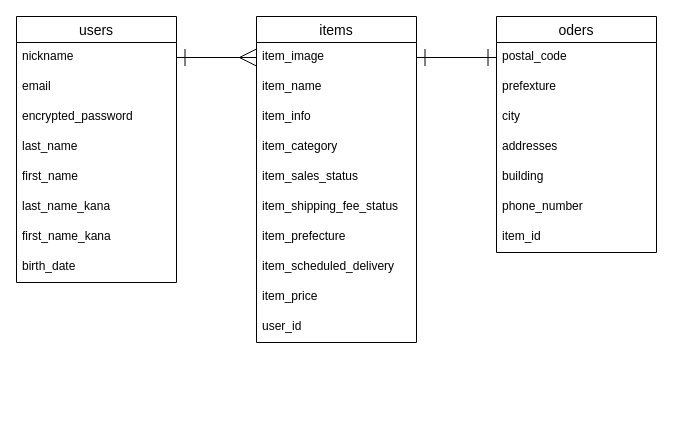
Above: test.dio in Timsothy/furima-39263 (draw.io), before the change. Source tidied: cells renumbered, new cells numbered last; positions are measured from the earlier drawing's top-left corner, leaving out a move shared by most shapes. Both pictures are drawn from the tidied source at 100%, with x=0, y=0 at pixel (16, 16).
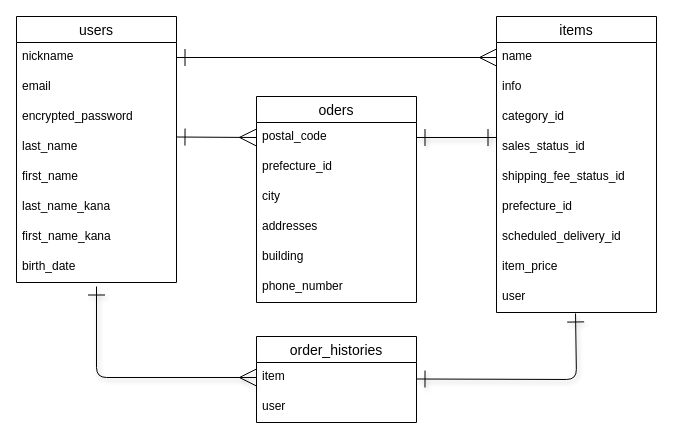
After the change.

Commit message (it also covers changes not shown here):
データベース設計

Unchanged cells that the change refers to:
```xml
<mxCell id="3" value="nickname&#10;" style="text;strokeColor=none;fillColor=none;spacingLeft=4;spacingRight=4;overflow=hidden;points=[[0,0.5],[1,0.5]];portConstraint=eastwest;fontSize=12;" parent="2" vertex="1">
  <mxGeometry y="26" width="160" height="30" as="geometry" />
</mxCell>
<mxCell id="24" value="postal_code" style="text;strokeColor=none;fillColor=none;spacingLeft=4;spacingRight=4;overflow=hidden;points=[[0,0.5],[1,0.5]];portConstraint=eastwest;fontSize=12;" parent="23" vertex="1">
  <mxGeometry y="26" width="160" height="30" as="geometry" />
</mxCell>
```

What changed in the source:
```diff
@@
     <mxCell id="11" value="items" style="swimlane;fontStyle=0;horizontal=1;startSize=26;align=center;fontSize=14;" parent="1" vertex="1">
-      <mxGeometry x="240" width="160" height="326" as="geometry" />
+      <mxGeometry x="480" width="160" height="296" as="geometry" />
     </mxCell>
-    <mxCell id="12" value="item_image" style="text;strokeColor=none;fillColor=none;spacingLeft=4;spacingRight=4;overflow=hidden;points=[[0,0.5],[1,0.5]];portConstraint=eastwest;fontSize=12;" parent="11" vertex="1">
-      <mxGeometry y="26" width="160" height="30" as="geometry" />
-    </mxCell>
-    <mxCell id="13" value="item_name" style="text;strokeColor=none;fillColor=none;spacingLeft=4;spacingRight=4;overflow=hidden;points=[[0,0.5],[1,0.5]];portConstraint=eastwest;fontSize=12;" parent="11" vertex="1">
-      <mxGeometry y="56" width="160" height="30" as="geometry" />
+    <mxCell id="13" value="name" style="text;strokeColor=none;fillColor=none;spacingLeft=4;spacingRight=4;overflow=hidden;points=[[0,0.5],[1,0.5]];portConstraint=eastwest;fontSize=12;" parent="11" vertex="1">
+      <mxGeometry y="26" width="160" height="30" as="geometry" />
     </mxCell>
-    <mxCell id="14" value="item_info" style="text;strokeColor=none;fillColor=none;spacingLeft=4;spacingRight=4;overflow=hidden;fontSize=12;" parent="11" vertex="1">
-      <mxGeometry y="86" width="160" height="30" as="geometry" />
+    <mxCell id="14" value="info" style="text;strokeColor=none;fillColor=none;spacingLeft=4;spacingRight=4;overflow=hidden;fontSize=12;" parent="11" vertex="1">
+      <mxGeometry y="56" width="160" height="30" as="geometry" />
     </mxCell>
-    <mxCell id="15" value="item_category" style="text;strokeColor=none;fillColor=none;spacingLeft=4;spacingRight=4;overflow=hidden;fontSize=12;" parent="11" vertex="1">
-      <mxGeometry y="116" width="160" height="30" as="geometry" />
+    <mxCell id="15" value="category_id" style="text;strokeColor=none;fillColor=none;spacingLeft=4;spacingRight=4;overflow=hidden;fontSize=12;" parent="11" vertex="1">
+      <mxGeometry y="86" width="160" height="30" as="geometry" />
     </mxCell>
-    <mxCell id="16" value="item_sales_status" style="text;strokeColor=none;fillColor=none;spacingLeft=4;spacingRight=4;overflow=hidden;points=[[0,0.5],[1,0.5]];portConstraint=eastwest;fontSize=12;" parent="11" vertex="1">
-      <mxGeometry y="146" width="160" height="30" as="geometry" />
+    <mxCell id="16" value="sales_status_id" style="text;strokeColor=none;fillColor=none;spacingLeft=4;spacingRight=4;overflow=hidden;points=[[0,0.5],[1,0.5]];portConstraint=eastwest;fontSize=12;" parent="11" vertex="1">
+      <mxGeometry y="116" width="160" height="30" as="geometry" />
     </mxCell>
-    <mxCell id="17" value="item_shipping_fee_status" style="text;strokeColor=none;fillColor=none;spacingLeft=4;spacingRight=4;overflow=hidden;fontSize=12;" parent="11" vertex="1">
-      <mxGeometry y="176" width="160" height="30" as="geometry" />
+    <mxCell id="17" value="shipping_fee_status_id" style="text;strokeColor=none;fillColor=none;spacingLeft=4;spacingRight=4;overflow=hidden;fontSize=12;" parent="11" vertex="1">
+      <mxGeometry y="146" width="160" height="30" as="geometry" />
     </mxCell>
-    <mxCell id="18" value="item_prefecture" style="text;strokeColor=none;fillColor=none;spacingLeft=4;spacingRight=4;overflow=hidden;fontSize=12;" parent="11" vertex="1">
-      <mxGeometry y="206" width="160" height="30" as="geometry" />
+    <mxCell id="18" value="prefecture_id" style="text;strokeColor=none;fillColor=none;spacingLeft=4;spacingRight=4;overflow=hidden;fontSize=12;" parent="11" vertex="1">
+      <mxGeometry y="176" width="160" height="30" as="geometry" />
     </mxCell>
-    <mxCell id="19" value="item_scheduled_delivery" style="text;strokeColor=none;fillColor=none;spacingLeft=4;spacingRight=4;overflow=hidden;fontSize=12;" parent="11" vertex="1">
-      <mxGeometry y="236" width="160" height="30" as="geometry" />
+    <mxCell id="19" value="scheduled_delivery_id" style="text;strokeColor=none;fillColor=none;spacingLeft=4;spacingRight=4;overflow=hidden;fontSize=12;" parent="11" vertex="1">
+      <mxGeometry y="206" width="160" height="30" as="geometry" />
     </mxCell>
     <mxCell id="20" value="item_price" style="text;strokeColor=none;fillColor=none;spacingLeft=4;spacingRight=4;overflow=hidden;fontSize=12;" parent="11" vertex="1">
-      <mxGeometry y="266" width="160" height="30" as="geometry" />
+      <mxGeometry y="236" width="160" height="30" as="geometry" />
     </mxCell>
-    <mxCell id="21" value="user_id" style="text;strokeColor=none;fillColor=none;spacingLeft=4;spacingRight=4;overflow=hidden;points=[[0,0.5],[1,0.5]];portConstraint=eastwest;fontSize=12;" parent="11" vertex="1">
-      <mxGeometry y="296" width="160" height="30" as="geometry" />
+    <mxCell id="21" value="user" style="text;strokeColor=none;fillColor=none;spacingLeft=4;spacingRight=4;overflow=hidden;points=[[0,0.5],[1,0.5]];portConstraint=eastwest;fontSize=12;" parent="11" vertex="1">
+      <mxGeometry y="266" width="160" height="30" as="geometry" />
     </mxCell>
-    <mxCell id="22" style="edgeStyle=none;html=1;exitX=1;exitY=0.5;exitDx=0;exitDy=0;entryX=0;entryY=0.5;entryDx=0;entryDy=0;endArrow=ERmany;endFill=0;startArrow=ERone;startFill=0;endSize=15;startSize=15;" parent="1" edge="1" source="3" target="12">
+    <mxCell id="22" style="edgeStyle=none;html=1;exitX=1;exitY=0.5;exitDx=0;exitDy=0;entryX=0;entryY=0.5;entryDx=0;entryDy=0;endArrow=ERmany;endFill=0;startArrow=ERone;startFill=0;endSize=15;startSize=15;" parent="1" edge="1" source="3" target="13">
       <mxGeometry relative="1" as="geometry" />
     </mxCell>
     <mxCell id="23" value="oders" style="swimlane;fontStyle=0;horizontal=1;startSize=26;align=center;fontSize=14;" parent="1" vertex="1">
-      <mxGeometry x="480" width="160" height="236" as="geometry" />
+      <mxGeometry x="240" y="80" width="160" height="206" as="geometry" />
     </mxCell>
@@
+    <mxCell id="32" style="edgeStyle=none;html=1;exitX=1;exitY=0.5;exitDx=0;exitDy=0;entryX=0;entryY=0.5;entryDx=0;entryDy=0;endArrow=ERmany;endFill=0;startArrow=ERone;startFill=0;endSize=15;startSize=15;" parent="23" edge="1" target="24">
+      <mxGeometry relative="1" as="geometry">
+        <mxPoint x="-80" y="40.5" as="sourcePoint" />
+      </mxGeometry>
+    </mxCell>
-    <mxCell id="25" value="prefexture" style="text;strokeColor=none;fillColor=none;spacingLeft=4;spacingRight=4;overflow=hidden;fontSize=12;" parent="23" vertex="1">
+    <mxCell id="25" value="prefecture_id" style="text;strokeColor=none;fillColor=none;spacingLeft=4;spacingRight=4;overflow=hidden;fontSize=12;" parent="23" vertex="1">
       <mxGeometry y="56" width="160" height="30" as="geometry" />
     </mxCell>
@@
-    <mxCell id="30" value="item_id" style="text;strokeColor=none;fillColor=none;spacingLeft=4;spacingRight=4;overflow=hidden;fontSize=12;" parent="23" vertex="1">
-      <mxGeometry y="206" width="160" height="30" as="geometry" />
-    </mxCell>
-    <mxCell id="31" style="edgeStyle=none;html=1;exitX=1;exitY=0.5;exitDx=0;exitDy=0;entryX=0;entryY=0.5;entryDx=0;entryDy=0;startArrow=ERone;startFill=0;endArrow=ERone;endFill=0;startSize=15;endSize=15;" parent="1" edge="1" source="12" target="24">
-      <mxGeometry relative="1" as="geometry" />
-    </mxCell>
+    <mxCell id="33" value="order_histories" style="swimlane;fontStyle=0;horizontal=1;startSize=26;align=center;fontSize=14;" parent="1" vertex="1">
+      <mxGeometry x="240" y="320" width="160" height="86" as="geometry" />
+    </mxCell>
+    <mxCell id="34" value="item" style="text;strokeColor=none;fillColor=none;spacingLeft=4;spacingRight=4;overflow=hidden;points=[[0,0.5],[1,0.5]];portConstraint=eastwest;fontSize=12;" parent="33" vertex="1">
+      <mxGeometry y="26" width="160" height="30" as="geometry" />
+    </mxCell>
+    <mxCell id="35" value="user" style="text;strokeColor=none;fillColor=none;spacingLeft=4;spacingRight=4;overflow=hidden;fontSize=12;" parent="33" vertex="1">
+      <mxGeometry y="56" width="160" height="30" as="geometry" />
+    </mxCell>
+    <mxCell id="36" style="edgeStyle=none;html=1;exitX=1;exitY=0.5;exitDx=0;exitDy=0;entryX=0;entryY=0.167;entryDx=0;entryDy=0;entryPerimeter=0;endArrow=ERone;endFill=0;startArrow=ERone;startFill=0;endSize=15;sourcePerimeterSpacing=0;shadow=1;startSize=15;" parent="1" edge="1" source="24" target="16">
+      <mxGeometry relative="1" as="geometry" />
+    </mxCell>
+    <mxCell id="37" style="edgeStyle=none;html=1;entryX=0;entryY=0.5;entryDx=0;entryDy=0;shadow=1;startArrow=ERone;startFill=0;endArrow=ERmany;endFill=0;startSize=15;endSize=15;sourcePerimeterSpacing=0;" parent="1" edge="1" target="34">
+      <mxGeometry relative="1" as="geometry">
+        <mxPoint x="80" y="270" as="sourcePoint" />
+        <Array as="points">
+          <mxPoint x="80" y="361" />
+        </Array>
+      </mxGeometry>
+    </mxCell>
+    <mxCell id="38" style="edgeStyle=none;html=1;exitX=1;exitY=0.5;exitDx=0;exitDy=0;entryX=0.494;entryY=1.033;entryDx=0;entryDy=0;entryPerimeter=0;endArrow=ERone;endFill=0;startArrow=ERone;startFill=0;endSize=15;sourcePerimeterSpacing=0;shadow=1;startSize=15;" parent="1" edge="1" target="21">
+      <mxGeometry relative="1" as="geometry">
+        <mxPoint x="400" y="362.5" as="sourcePoint" />
+        <Array as="points">
+          <mxPoint x="560" y="363" />
+        </Array>
+      </mxGeometry>
+    </mxCell>
```
